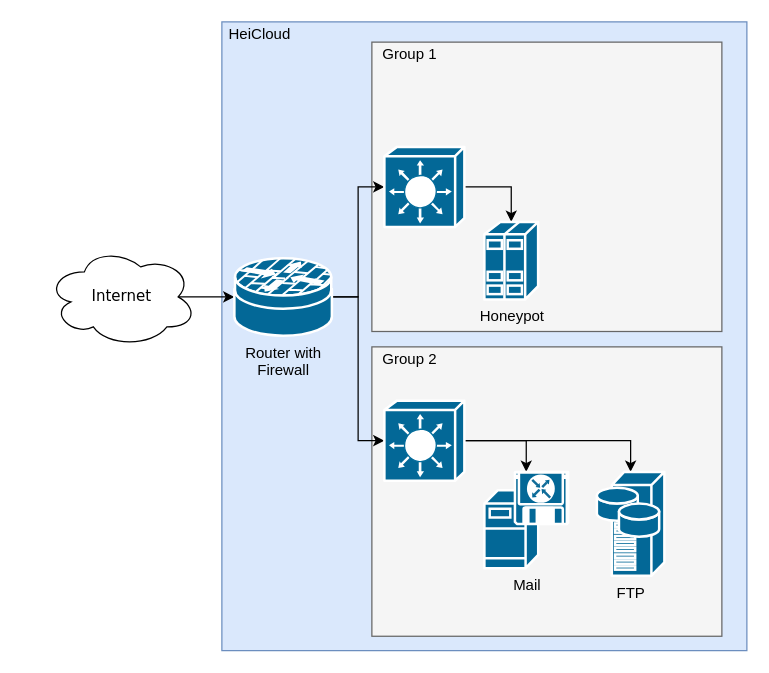
stefanDeveloper/master-thesis keeps this draw.io diagram as drawio/network.drawio. Above is the earlier version. Source tidied: cells renumbered, new cells numbered last; positions are measured from the earlier drawing's top-left corner, leaving out a move shared by most shapes. Both pictures are drawn from the tidied source at 125%, with x=0, y=0 at pixel (46, 21).
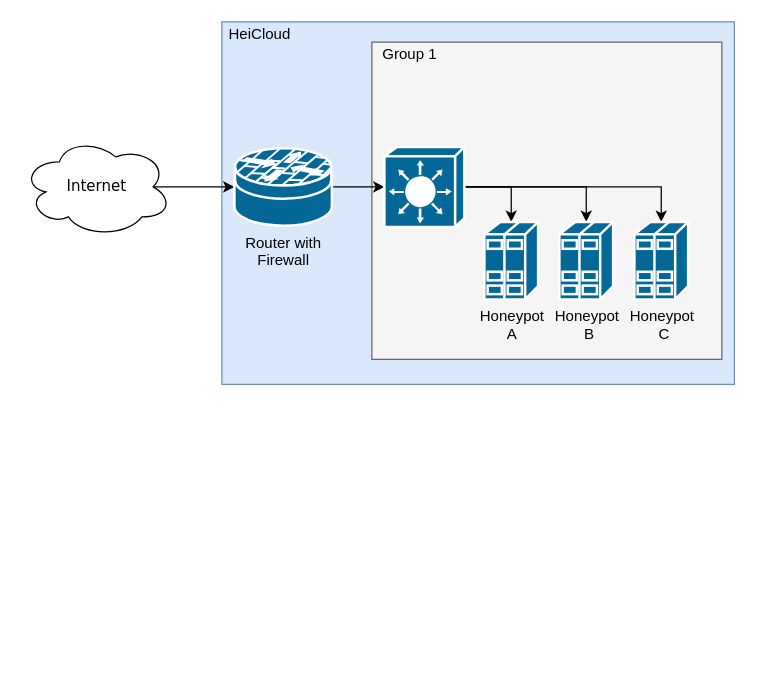
The same diagram, later.

The change refers to these unchanged cells:
```xml
<mxCell id="11" style="shape=mxgraph.cisco.switches.layer_3_switch;html=1;dashed=0;fillColor=#036897;strokeColor=#ffffff;strokeWidth=2;verticalLabelPosition=bottom;verticalAlign=top;align=center;outlineConnect=0;" parent="1" vertex="1">
  <mxGeometry x="270" y="100" width="64" height="64" as="geometry" />
</mxCell>
```

Change to the diagram source:
```diff
@@
     <mxCell id="2" style="rounded=0;whiteSpace=wrap;html=1;fillColor=#dae8fc;strokeColor=#6c8ebf;" parent="1" vertex="1">
-      <mxGeometry x="140" width="420" height="503" as="geometry" />
+      <mxGeometry x="140" width="410" height="290" as="geometry" />
     </mxCell>
     <mxCell id="3" style="rounded=0;whiteSpace=wrap;html=1;fillColor=#f5f5f5;strokeColor=#666666;fontColor=#333333;" parent="1" vertex="1">
-      <mxGeometry x="260" y="16.2" width="280" height="231.5" as="geometry" />
+      <mxGeometry x="260" y="16.2" width="280" height="253.8" as="geometry" />
     </mxCell>
-    <mxCell id="4" style="rounded=0;whiteSpace=wrap;html=1;fillColor=#f5f5f5;strokeColor=#666666;fontColor=#333333;" parent="1" vertex="1">
-      <mxGeometry x="260" y="260" width="280" height="231.5" as="geometry" />
-    </mxCell>
@@
     <mxCell id="6" value="Internet" style="ellipse;shape=cloud;whiteSpace=wrap;html=1;rounded=0;shadow=0;comic=0;strokeWidth=1;fontFamily=Verdana;fontSize=12;" parent="1" vertex="1">
-      <mxGeometry y="180" width="120" height="80" as="geometry" />
+      <mxGeometry x="-20" y="92" width="120" height="80" as="geometry" />
     </mxCell>
@@
-    <mxCell id="8" style="edgeStyle=orthogonalEdgeStyle;rounded=0;jettySize=auto;html=1;exitX=1;exitY=0.5;exitDx=0;exitDy=0;exitPerimeter=0;entryX=0;entryY=0.5;entryDx=0;entryDy=0;entryPerimeter=0;" parent="1" edge="1" source="9" target="14">
-      <mxGeometry relative="1" as="geometry" />
-    </mxCell>
     <mxCell id="9" value="&lt;div&gt;Router with &lt;br&gt;&lt;/div&gt;&lt;div&gt;Firewall&lt;br&gt;&lt;/div&gt;" style="shape=mxgraph.cisco.security.router_firewall;html=1;dashed=0;fillColor=#036897;strokeColor=#ffffff;strokeWidth=2;verticalLabelPosition=bottom;verticalAlign=top;align=center;outlineConnect=0;" parent="1" vertex="1">
-      <mxGeometry x="150" y="189" width="78" height="62" as="geometry" />
+      <mxGeometry x="150" y="101" width="78" height="62" as="geometry" />
     </mxCell>
@@
+    <mxCell id="21" style="edgeStyle=orthogonalEdgeStyle;rounded=0;jettySize=auto;html=1;exitX=1;exitY=0.5;exitDx=0;exitDy=0;exitPerimeter=0;entryX=0.5;entryY=0;entryDx=0;entryDy=0;entryPerimeter=0;" parent="1" edge="1" source="11" target="23">
+      <mxGeometry relative="1" as="geometry" />
+    </mxCell>
+    <mxCell id="22" style="edgeStyle=orthogonalEdgeStyle;rounded=0;jettySize=auto;html=1;exitX=1;exitY=0.5;exitDx=0;exitDy=0;exitPerimeter=0;entryX=0.5;entryY=0;entryDx=0;entryDy=0;entryPerimeter=0;" parent="1" edge="1" source="11" target="24">
+      <mxGeometry relative="1" as="geometry" />
+    </mxCell>
@@
-    <mxCell id="12" style="edgeStyle=orthogonalEdgeStyle;rounded=0;jettySize=auto;html=1;exitX=1;exitY=0.5;exitDx=0;exitDy=0;exitPerimeter=0;entryX=0.5;entryY=0;entryDx=0;entryDy=0;entryPerimeter=0;" parent="1" edge="1" source="14" target="15">
-      <mxGeometry relative="1" as="geometry" />
-    </mxCell>
-    <mxCell id="13" style="edgeStyle=orthogonalEdgeStyle;rounded=0;jettySize=auto;html=1;exitX=1;exitY=0.5;exitDx=0;exitDy=0;exitPerimeter=0;entryX=0.5;entryY=0;entryDx=0;entryDy=0;entryPerimeter=0;" parent="1" edge="1" source="14" target="16">
-      <mxGeometry relative="1" as="geometry" />
-    </mxCell>
-    <mxCell id="14" style="shape=mxgraph.cisco.switches.layer_3_switch;html=1;dashed=0;fillColor=#036897;strokeColor=#ffffff;strokeWidth=2;verticalLabelPosition=bottom;verticalAlign=top;align=center;outlineConnect=0;" parent="1" vertex="1">
-      <mxGeometry x="270" y="303" width="64" height="64" as="geometry" />
-    </mxCell>
-    <mxCell id="15" value="Mail" style="shape=mxgraph.cisco.servers.software_based_server;html=1;dashed=0;fillColor=#036897;strokeColor=#ffffff;strokeWidth=2;verticalLabelPosition=bottom;verticalAlign=top;align=center;outlineConnect=0;" parent="1" vertex="1">
-      <mxGeometry x="350" y="360" width="67" height="77" as="geometry" />
-    </mxCell>
-    <mxCell id="16" value="FTP" style="shape=mxgraph.cisco.servers.storage_server;html=1;dashed=0;fillColor=#036897;strokeColor=#ffffff;strokeWidth=2;verticalLabelPosition=bottom;verticalAlign=top;align=center;outlineConnect=0;" parent="1" vertex="1">
-      <mxGeometry x="440" y="360" width="54" height="83" as="geometry" />
-    </mxCell>
-    <mxCell id="17" value="&lt;div&gt;Honeypot&lt;/div&gt;" style="shape=mxgraph.cisco.servers.standard_host;html=1;dashed=0;fillColor=#036897;strokeColor=#ffffff;strokeWidth=2;verticalLabelPosition=bottom;verticalAlign=top;align=center;outlineConnect=0;" parent="1" vertex="1">
+    <mxCell id="17" value="&lt;div&gt;Honeypot&lt;/div&gt;A" style="shape=mxgraph.cisco.servers.standard_host;html=1;dashed=0;fillColor=#036897;strokeColor=#ffffff;strokeWidth=2;verticalLabelPosition=bottom;verticalAlign=top;align=center;outlineConnect=0;" parent="1" vertex="1">
       <mxGeometry x="350" y="160" width="43" height="62" as="geometry" />
     </mxCell>
-    <mxCell id="18" value="Group 2" style="text;html=1;align=center;verticalAlign=middle;strokeColor=none;" parent="1" vertex="1">
-      <mxGeometry x="260" y="260" width="60" height="20" as="geometry" />
-    </mxCell>
@@
+    <mxCell id="23" value="&lt;div&gt;Honeypot&lt;/div&gt;&amp;nbsp;B" style="shape=mxgraph.cisco.servers.standard_host;html=1;dashed=0;fillColor=#036897;strokeColor=#ffffff;strokeWidth=2;verticalLabelPosition=bottom;verticalAlign=top;align=center;outlineConnect=0;" parent="1" vertex="1">
+      <mxGeometry x="410" y="160" width="43" height="62" as="geometry" />
+    </mxCell>
+    <mxCell id="24" value="&lt;div&gt;Honeypot&lt;/div&gt;&amp;nbsp;C" style="shape=mxgraph.cisco.servers.standard_host;html=1;dashed=0;fillColor=#036897;strokeColor=#ffffff;strokeWidth=2;verticalLabelPosition=bottom;verticalAlign=top;align=center;outlineConnect=0;" parent="1" vertex="1">
+      <mxGeometry x="470" y="160" width="43" height="62" as="geometry" />
+    </mxCell>
```
